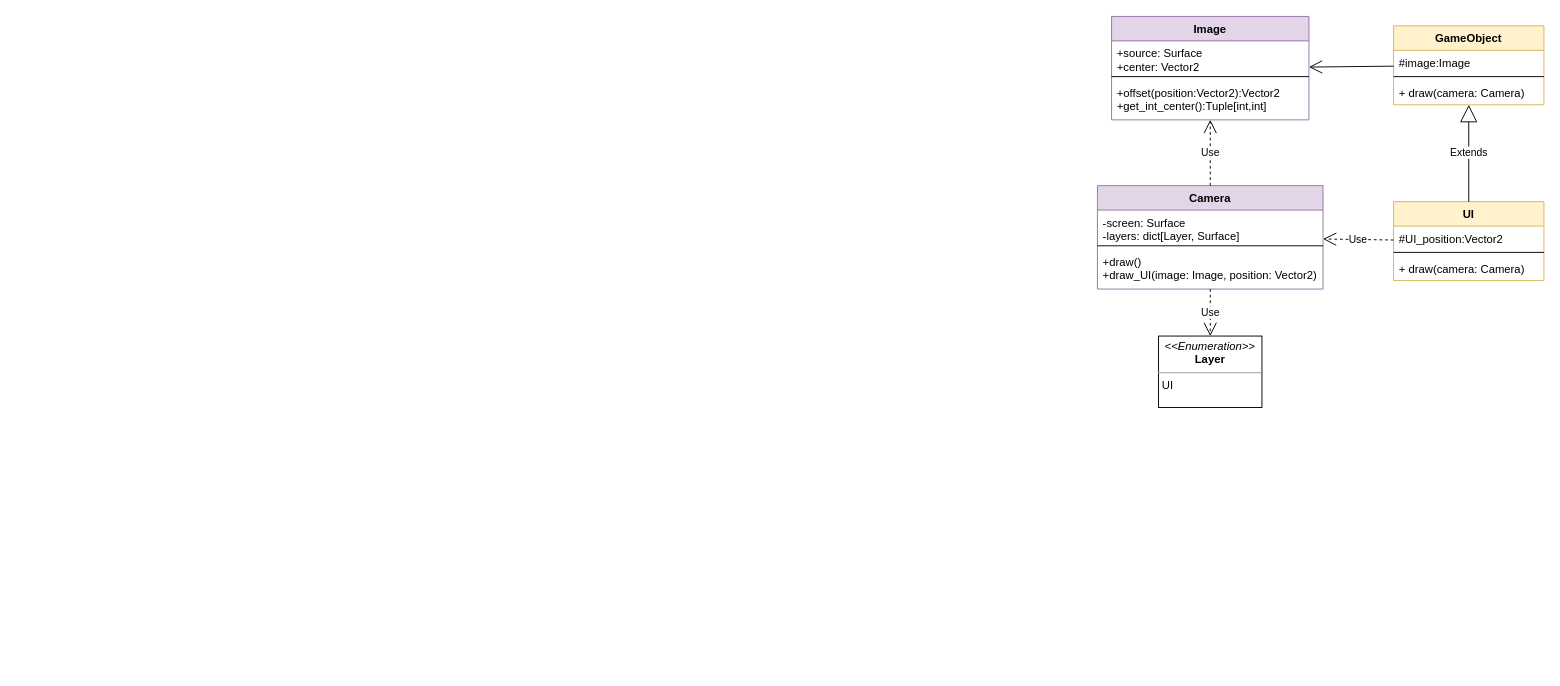
This is page "Render" (4 of 8) of Diagram/ARPG_PrototypeClassDiagram.drawio from dopamine333/ARPG_Prototype, a draw.io file, before an edit. Source tidied: cells renumbered, new cells numbered last; positions are measured from the earlier drawing's top-left corner, leaving out a move shared by most shapes. Both pictures are drawn from the tidied source at 94%, with x=0, y=0 at pixel (1097, 16).
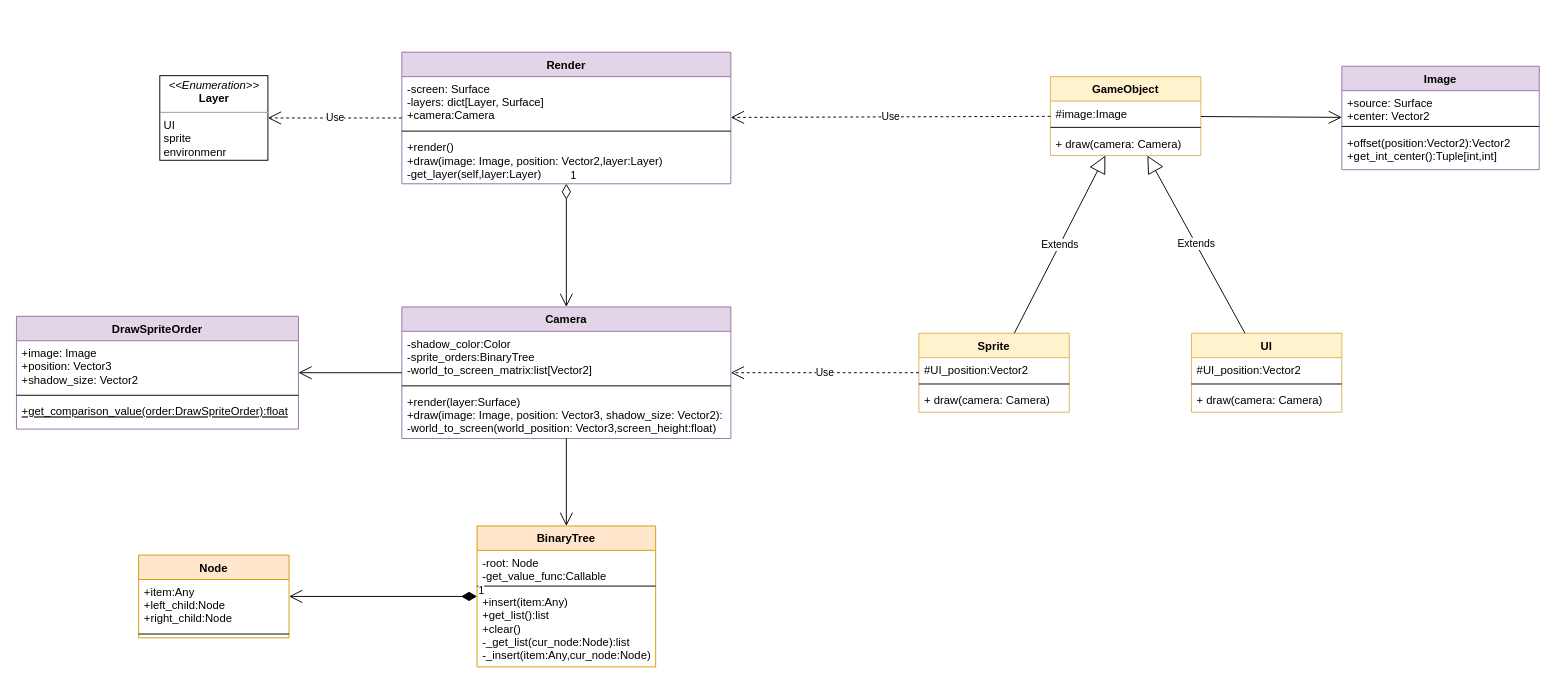
The same diagram, later.

What changed in the source:
```diff
@@
-    <mxCell id="2" value="&lt;p style=&quot;margin: 0px ; margin-top: 4px ; text-align: center&quot;&gt;&lt;i&gt;&amp;lt;&amp;lt;Enumeration&amp;gt;&amp;gt;&lt;/i&gt;&lt;br&gt;&lt;span&gt;&lt;b&gt;Layer&lt;/b&gt;&lt;/span&gt;&lt;br&gt;&lt;/p&gt;&lt;hr size=&quot;1&quot;&gt;&lt;p style=&quot;margin: 0px ; margin-left: 4px&quot;&gt;UI&lt;/p&gt;" style="verticalAlign=top;align=left;overflow=fill;fontSize=12;fontFamily=Helvetica;html=1;" parent="1" vertex="1">
-      <mxGeometry x="65" y="340" width="110" height="76" as="geometry" />
+    <mxCell id="2" value="&lt;p style=&quot;margin: 0px ; margin-top: 4px ; text-align: center&quot;&gt;&lt;i&gt;&amp;lt;&amp;lt;Enumeration&amp;gt;&amp;gt;&lt;/i&gt;&lt;br&gt;&lt;span&gt;&lt;b&gt;Layer&lt;/b&gt;&lt;/span&gt;&lt;br&gt;&lt;/p&gt;&lt;hr size=&quot;1&quot;&gt;&lt;p style=&quot;margin: 0px ; margin-left: 4px&quot;&gt;UI&lt;/p&gt;&lt;p style=&quot;margin: 0px ; margin-left: 4px&quot;&gt;sprite&lt;/p&gt;&lt;p style=&quot;margin: 0px ; margin-left: 4px&quot;&gt;environmenr&lt;/p&gt;" style="verticalAlign=top;align=left;overflow=fill;fontSize=12;fontFamily=Helvetica;html=1;" parent="1" vertex="1">
+      <mxGeometry x="-997.5" y="63" width="115" height="90" as="geometry" />
     </mxCell>
     <mxCell id="3" value="GameObject" style="swimlane;fontStyle=1;align=center;verticalAlign=top;horizontal=1;startSize=26;fillColor=#fff2cc;strokeColor=#d6b656;" parent="1" vertex="1">
-      <mxGeometry x="315" y="10" width="160" height="84" as="geometry" />
+      <mxGeometry x="-50" y="64" width="160" height="84" as="geometry" />
     </mxCell>
@@
     <mxCell id="7" value="UI" style="swimlane;fontStyle=1;align=center;verticalAlign=top;horizontal=1;startSize=26;fillColor=#fff2cc;strokeColor=#d6b656;" parent="1" vertex="1">
-      <mxGeometry x="315" y="197" width="160" height="84" as="geometry" />
+      <mxGeometry x="100" y="337" width="160" height="84" as="geometry" />
     </mxCell>
@@
     <mxCell id="12" value="Camera" style="swimlane;fontStyle=1;align=center;verticalAlign=top;horizontal=1;startSize=26;fillColor=#e1d5e7;strokeColor=#9673a6;" parent="1" vertex="1">
-      <mxGeometry y="180" width="240" height="110" as="geometry" />
+      <mxGeometry x="-740" y="309" width="350" height="140" as="geometry" />
     </mxCell>
-    <mxCell id="13" value="-screen: Surface&#10;-layers: dict[Layer, Surface]&#10;" style="text;strokeColor=none;fillColor=none;align=left;verticalAlign=top;spacingLeft=4;spacingRight=4;overflow=hidden;" parent="12" vertex="1">
-      <mxGeometry y="26" width="240" height="34" as="geometry" />
+    <mxCell id="13" value="-shadow_color:Color&#10;-sprite_orders:BinaryTree&#10;-world_to_screen_matrix:list[Vector2]" style="text;strokeColor=none;fillColor=none;align=left;verticalAlign=top;spacingLeft=4;spacingRight=4;overflow=hidden;" parent="12" vertex="1">
+      <mxGeometry y="26" width="350" height="54" as="geometry" />
     </mxCell>
     <mxCell id="14" style="line;strokeWidth=1;fillColor=none;align=left;verticalAlign=middle;spacingTop=-1;spacingLeft=3;spacingRight=3;labelPosition=right;" parent="12" vertex="1">
-      <mxGeometry y="60" width="240" height="8" as="geometry" />
+      <mxGeometry y="80" width="350" height="8" as="geometry" />
     </mxCell>
-    <mxCell id="15" value="+draw()&#10;+draw_UI(image: Image, position: Vector2)" style="text;strokeColor=none;fillColor=none;align=left;verticalAlign=top;spacingLeft=4;spacingRight=4;overflow=hidden;" parent="12" vertex="1">
-      <mxGeometry y="68" width="240" height="42" as="geometry" />
+    <mxCell id="15" value="+render(layer:Surface)&#10;+draw(image: Image, position: Vector3, shadow_size: Vector2):&#10;-world_to_screen(world_position: Vector3,screen_height:float)" style="text;strokeColor=none;fillColor=none;align=left;verticalAlign=top;spacingLeft=4;spacingRight=4;overflow=hidden;" parent="12" vertex="1">
+      <mxGeometry y="88" width="350" height="52" as="geometry" />
     </mxCell>
-    <mxCell id="16" value="Use" style="endArrow=open;endSize=12;dashed=1;html=1;" parent="1" edge="1" source="12" target="2">
-      <mxGeometry relative="1" as="geometry" />
-    </mxCell>
     <mxCell id="17" value="Image" style="swimlane;fontStyle=1;align=center;verticalAlign=top;horizontal=1;startSize=26;fillColor=#e1d5e7;strokeColor=#9673a6;" parent="1" vertex="1">
-      <mxGeometry x="15" width="210" height="110" as="geometry" />
+      <mxGeometry x="260" y="53" width="210" height="110" as="geometry" />
     </mxCell>
@@
-    <mxCell id="21" value="Use" style="endArrow=open;endSize=12;dashed=1;html=1;" parent="1" edge="1" source="12" target="17">
-      <mxGeometry relative="1" as="geometry" />
-    </mxCell>
+    <mxCell id="24" value="Sprite" style="swimlane;fontStyle=1;align=center;verticalAlign=top;horizontal=1;startSize=26;fillColor=#fff2cc;strokeColor=#d6b656;" parent="1" vertex="1">
+      <mxGeometry x="-190" y="337" width="160" height="84" as="geometry" />
+    </mxCell>
+    <mxCell id="25" value="#UI_position:Vector2" style="text;strokeColor=none;fillColor=none;align=left;verticalAlign=top;spacingLeft=4;spacingRight=4;overflow=hidden;" parent="24" vertex="1">
+      <mxGeometry y="26" width="160" height="24" as="geometry" />
+    </mxCell>
+    <mxCell id="26" style="line;strokeWidth=1;fillColor=none;align=left;verticalAlign=middle;spacingTop=-1;spacingLeft=3;spacingRight=3;labelPosition=right;" parent="24" vertex="1">
+      <mxGeometry y="50" width="160" height="8" as="geometry" />
+    </mxCell>
+    <mxCell id="27" value="+ draw(camera: Camera)" style="text;strokeColor=none;fillColor=none;align=left;verticalAlign=top;spacingLeft=4;spacingRight=4;overflow=hidden;" parent="24" vertex="1">
+      <mxGeometry y="58" width="160" height="26" as="geometry" />
+    </mxCell>
+    <mxCell id="28" value="Extends" style="endArrow=block;endSize=16;endFill=0;html=1;" parent="1" edge="1" source="24" target="3">
+      <mxGeometry relative="1" as="geometry" />
+    </mxCell>
+    <mxCell id="29" value="BinaryTree" style="swimlane;fontStyle=1;align=center;verticalAlign=top;horizontal=1;startSize=26;fillColor=#ffe6cc;strokeColor=#d79b00;" parent="1" vertex="1">
+      <mxGeometry x="-660" y="542" width="190" height="150" as="geometry" />
+    </mxCell>
+    <mxCell id="30" value="-root: Node&#10;-get_value_func:Callable" style="text;strokeColor=none;fillColor=none;align=left;verticalAlign=top;spacingLeft=4;spacingRight=4;overflow=hidden;" parent="29" vertex="1">
+      <mxGeometry y="26" width="190" height="34" as="geometry" />
+    </mxCell>
+    <mxCell id="31" style="line;strokeWidth=1;fillColor=none;align=left;verticalAlign=middle;spacingTop=-1;spacingLeft=3;spacingRight=3;labelPosition=right;" parent="29" vertex="1">
+      <mxGeometry y="60" width="190" height="8" as="geometry" />
+    </mxCell>
+    <mxCell id="32" value="+insert(item:Any)&#10;+get_list():list&#10;+clear()&#10;-_get_list(cur_node:Node):list&#10;-_insert(item:Any,cur_node:Node)" style="text;strokeColor=none;fillColor=none;align=left;verticalAlign=top;spacingLeft=4;spacingRight=4;overflow=hidden;" parent="29" vertex="1">
+      <mxGeometry y="68" width="190" height="82" as="geometry" />
+    </mxCell>
+    <mxCell id="33" value="Node" style="swimlane;fontStyle=1;align=center;verticalAlign=top;horizontal=1;startSize=26;fillColor=#ffe6cc;strokeColor=#d79b00;" parent="1" vertex="1">
+      <mxGeometry x="-1020" y="573" width="160" height="88" as="geometry" />
+    </mxCell>
+    <mxCell id="34" value="+item:Any&#10;+left_child:Node &#10;+right_child:Node" style="text;strokeColor=none;fillColor=none;align=left;verticalAlign=top;spacingLeft=4;spacingRight=4;overflow=hidden;" parent="33" vertex="1">
+      <mxGeometry y="26" width="160" height="54" as="geometry" />
+    </mxCell>
+    <mxCell id="35" style="line;strokeWidth=1;fillColor=none;align=left;verticalAlign=middle;spacingTop=-1;spacingLeft=3;spacingRight=3;labelPosition=right;" parent="33" vertex="1">
+      <mxGeometry y="80" width="160" height="8" as="geometry" />
+    </mxCell>
+    <mxCell id="36" value="1" style="endArrow=open;html=1;endSize=12;startArrow=diamondThin;startSize=14;startFill=1;edgeStyle=orthogonalEdgeStyle;align=left;verticalAlign=bottom;" parent="1" edge="1" source="29" target="33">
+      <mxGeometry x="-1" y="3" relative="1" as="geometry" />
+    </mxCell>
+    <mxCell id="37" value="DrawSpriteOrder" style="swimlane;fontStyle=1;align=center;verticalAlign=top;horizontal=1;startSize=26;fillColor=#e1d5e7;strokeColor=#9673a6;" parent="1" vertex="1">
+      <mxGeometry x="-1150" y="319" width="300" height="120" as="geometry" />
+    </mxCell>
+    <mxCell id="38" value="+image: Image&#10;+position: Vector3&#10;+shadow_size: Vector2" style="text;strokeColor=none;fillColor=none;align=left;verticalAlign=top;spacingLeft=4;spacingRight=4;overflow=hidden;" parent="37" vertex="1">
+      <mxGeometry y="26" width="300" height="54" as="geometry" />
+    </mxCell>
+    <mxCell id="39" style="line;strokeWidth=1;fillColor=none;align=left;verticalAlign=middle;spacingTop=-1;spacingLeft=3;spacingRight=3;labelPosition=right;" parent="37" vertex="1">
+      <mxGeometry y="80" width="300" height="8" as="geometry" />
+    </mxCell>
+    <mxCell id="40" value="+get_comparison_value(order:DrawSpriteOrder):float" style="text;strokeColor=none;fillColor=none;align=left;verticalAlign=top;spacingLeft=4;spacingRight=4;overflow=hidden;fontStyle=4;" parent="37" vertex="1">
+      <mxGeometry y="88" width="300" height="32" as="geometry" />
+    </mxCell>
@@
-    <mxCell id="23" value="Use" style="endArrow=open;endSize=12;dashed=1;html=1;" parent="1" edge="1" source="7" target="12">
-      <mxGeometry relative="1" as="geometry" />
-    </mxCell>
+    <mxCell id="41" value="Render" style="swimlane;fontStyle=1;align=center;verticalAlign=top;horizontal=1;startSize=26;fillColor=#e1d5e7;strokeColor=#9673a6;" parent="1" vertex="1">
+      <mxGeometry x="-740" y="38" width="350" height="140" as="geometry" />
+    </mxCell>
+    <mxCell id="42" value="-screen: Surface&#10;-layers: dict[Layer, Surface]&#10;+camera:Camera" style="text;strokeColor=none;fillColor=none;align=left;verticalAlign=top;spacingLeft=4;spacingRight=4;overflow=hidden;" parent="41" vertex="1">
+      <mxGeometry y="26" width="350" height="54" as="geometry" />
+    </mxCell>
+    <mxCell id="43" style="line;strokeWidth=1;fillColor=none;align=left;verticalAlign=middle;spacingTop=-1;spacingLeft=3;spacingRight=3;labelPosition=right;" parent="41" vertex="1">
+      <mxGeometry y="80" width="350" height="8" as="geometry" />
+    </mxCell>
+    <mxCell id="44" value="+render()&#10;+draw(image: Image, position: Vector2,layer:Layer)&#10;-get_layer(self,layer:Layer)" style="text;strokeColor=none;fillColor=none;align=left;verticalAlign=top;spacingLeft=4;spacingRight=4;overflow=hidden;" parent="41" vertex="1">
+      <mxGeometry y="88" width="350" height="52" as="geometry" />
+    </mxCell>
+    <mxCell id="45" style="endArrow=open;endFill=1;endSize=12;html=1;" parent="1" edge="1" source="12" target="29">
+      <mxGeometry relative="1" as="geometry" />
+    </mxCell>
+    <mxCell id="46" style="endArrow=open;endFill=1;endSize=12;html=1;" parent="1" edge="1" source="12" target="37">
+      <mxGeometry relative="1" as="geometry" />
+    </mxCell>
+    <mxCell id="47" value="Use" style="endArrow=open;endSize=12;dashed=1;html=1;" parent="1" edge="1" source="41" target="2">
+      <mxGeometry relative="1" as="geometry" />
+    </mxCell>
+    <mxCell id="48" value="Use" style="endArrow=open;endSize=12;dashed=1;html=1;" parent="1" edge="1" source="24" target="12">
+      <mxGeometry relative="1" as="geometry" />
+    </mxCell>
+    <mxCell id="49" value="Use" style="endArrow=open;endSize=12;dashed=1;html=1;" parent="1" edge="1" source="3" target="41">
+      <mxGeometry relative="1" as="geometry" />
+    </mxCell>
+    <mxCell id="50" value="1" style="endArrow=open;html=1;endSize=12;startArrow=diamondThin;startSize=14;startFill=0;edgeStyle=orthogonalEdgeStyle;align=left;verticalAlign=bottom;" parent="1" edge="1" source="41" target="12">
+      <mxGeometry x="-1" y="3" relative="1" as="geometry" />
+    </mxCell>
```
